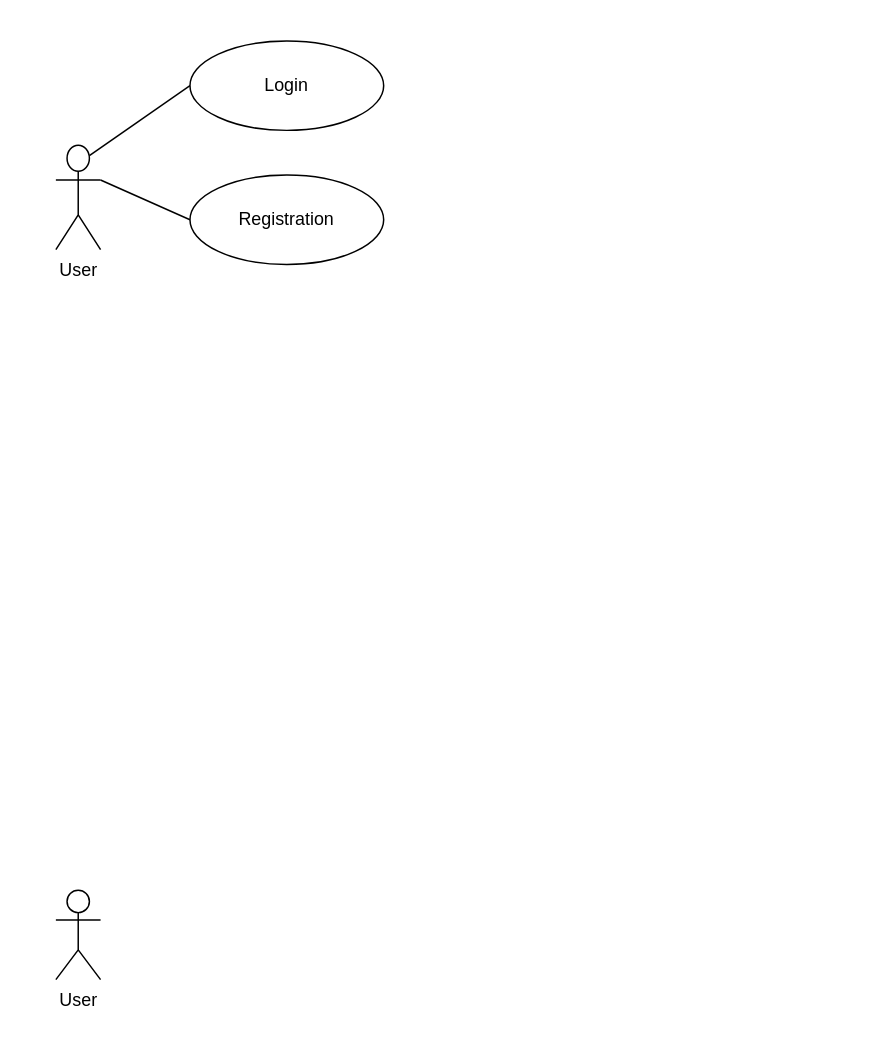
This is Development/UseCase.drawio from markovics-gergely/bang, a draw.io file, before an edit. Source tidied: cells renumbered, new cells numbered last; positions are measured from the earlier drawing's top-left corner, leaving out a move shared by most shapes. Both pictures are drawn from the tidied source at 149%, with x=0, y=0 at pixel (55, 40).
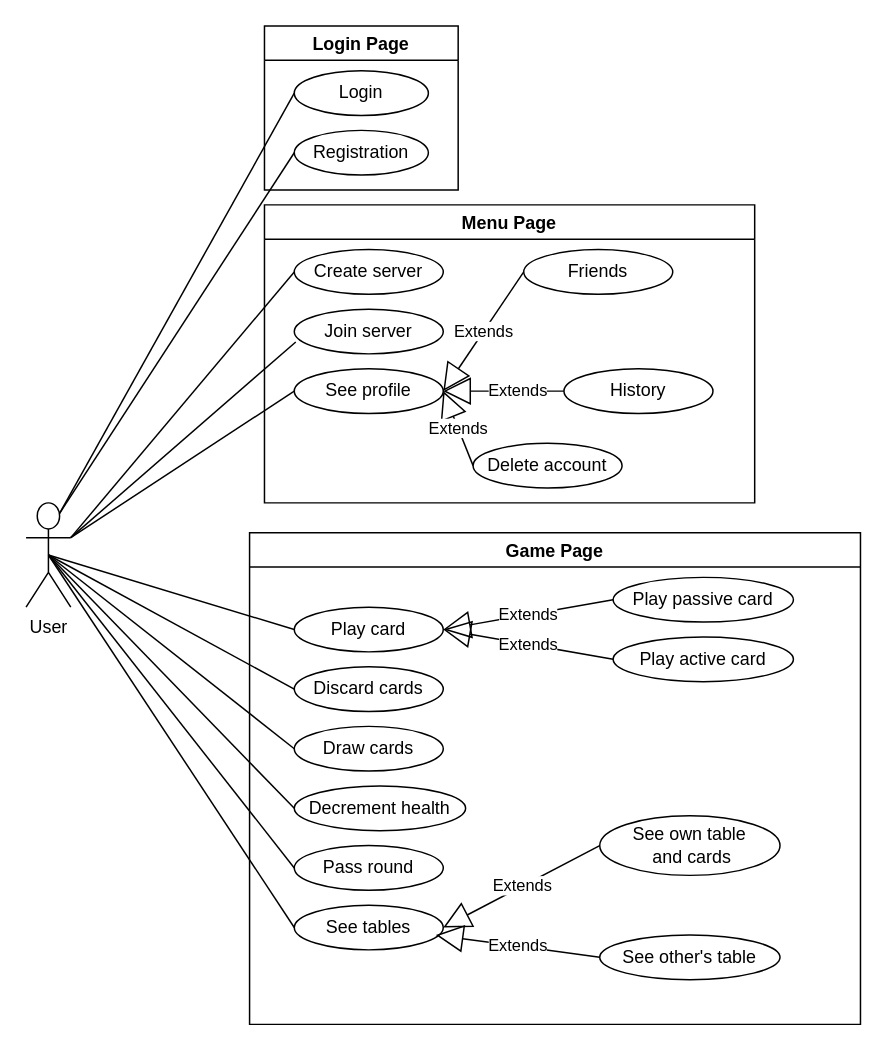
The same diagram, later.

Change to the diagram source:
```diff
@@
     <mxCell id="2" value="User" style="shape=umlActor;verticalLabelPosition=bottom;verticalAlign=top;html=1;outlineConnect=0;" parent="1" vertex="1">
-      <mxGeometry y="70" width="30" height="70" as="geometry" />
+      <mxGeometry x="-20" y="310" width="30" height="70" as="geometry" />
     </mxCell>
     <mxCell id="3" value="Login" style="ellipse;whiteSpace=wrap;html=1;" parent="1" vertex="1">
-      <mxGeometry x="90" width="130" height="60" as="geometry" />
+      <mxGeometry x="160" y="20" width="90" height="30" as="geometry" />
     </mxCell>
-    <mxCell id="4" value="User&lt;br&gt;" style="shape=umlActor;verticalLabelPosition=bottom;verticalAlign=top;html=1;" parent="1" vertex="1">
-      <mxGeometry y="570" width="30" height="60" as="geometry" />
-    </mxCell>
     <mxCell id="5" value="Registration" style="ellipse;whiteSpace=wrap;html=1;" parent="1" vertex="1">
-      <mxGeometry x="90" y="90" width="130" height="60" as="geometry" />
+      <mxGeometry x="160" y="60" width="90" height="30" as="geometry" />
     </mxCell>
@@
-    <mxCell id="7" style="endArrow=none;html=1;exitX=1;exitY=0.3333333333333333;exitDx=0;exitDy=0;exitPerimeter=0;entryX=0;entryY=0.5;entryDx=0;entryDy=0;" parent="1" edge="1" source="2" target="5">
+    <mxCell id="7" style="endArrow=none;html=1;exitX=0.75;exitY=0.1;exitDx=0;exitDy=0;exitPerimeter=0;entryX=0;entryY=0.5;entryDx=0;entryDy=0;" parent="1" edge="1" source="2" target="5">
       <mxGeometry relative="1" as="geometry" />
     </mxCell>
+    <mxCell id="8" value="Login Page" style="swimlane;" parent="1" vertex="1">
+      <mxGeometry x="140" y="-10" width="130" height="110" as="geometry" />
+    </mxCell>
+    <mxCell id="9" value="Create server" style="ellipse;whiteSpace=wrap;html=1;" parent="1" vertex="1">
+      <mxGeometry x="160" y="140" width="100" height="30" as="geometry" />
+    </mxCell>
+    <mxCell id="10" style="endArrow=none;html=1;exitX=1;exitY=0.3333333333333333;exitDx=0;exitDy=0;exitPerimeter=0;entryX=0;entryY=0.5;entryDx=0;entryDy=0;" parent="1" edge="1" source="2" target="9">
+      <mxGeometry relative="1" as="geometry" />
+    </mxCell>
+    <mxCell id="11" value="Join server" style="ellipse;whiteSpace=wrap;html=1;" parent="1" vertex="1">
+      <mxGeometry x="160" y="180" width="100" height="30" as="geometry" />
+    </mxCell>
+    <mxCell id="12" value="See profile" style="ellipse;whiteSpace=wrap;html=1;" parent="1" vertex="1">
+      <mxGeometry x="160" y="220" width="100" height="30" as="geometry" />
+    </mxCell>
+    <mxCell id="13" style="endArrow=none;html=1;entryX=0.01;entryY=0.733;entryDx=0;entryDy=0;entryPerimeter=0;exitX=1;exitY=0.3333333333333333;exitDx=0;exitDy=0;exitPerimeter=0;" parent="1" edge="1" source="2" target="11">
+      <mxGeometry relative="1" as="geometry" />
+    </mxCell>
+    <mxCell id="14" style="endArrow=none;html=1;exitX=1;exitY=0.3333333333333333;exitDx=0;exitDy=0;exitPerimeter=0;entryX=0;entryY=0.5;entryDx=0;entryDy=0;" parent="1" edge="1" source="2" target="12">
+      <mxGeometry relative="1" as="geometry" />
+    </mxCell>
+    <mxCell id="15" value="Extends" style="endArrow=block;endSize=16;endFill=0;html=1;entryX=1;entryY=0.5;entryDx=0;entryDy=0;exitX=0;exitY=0.5;exitDx=0;exitDy=0;" parent="1" edge="1" source="19" target="12">
+      <mxGeometry relative="1" as="geometry" />
+    </mxCell>
+    <mxCell id="16" value="Extends" style="endArrow=block;endSize=16;endFill=0;html=1;entryX=1;entryY=0.5;entryDx=0;entryDy=0;exitX=0;exitY=0.5;exitDx=0;exitDy=0;" parent="1" edge="1" source="22" target="12">
+      <mxGeometry x="-0.23" relative="1" as="geometry" />
+    </mxCell>
+    <mxCell id="17" value="Extends" style="endArrow=block;endSize=16;endFill=0;html=1;entryX=1;entryY=0.5;entryDx=0;entryDy=0;exitX=0;exitY=0.5;exitDx=0;exitDy=0;" parent="1" edge="1" source="21" target="12">
+      <mxGeometry relative="1" as="geometry" />
+    </mxCell>
+    <mxCell id="18" value="Menu Page" style="swimlane;" parent="1" vertex="1">
+      <mxGeometry x="140" y="110" width="329" height="200" as="geometry" />
+    </mxCell>
+    <mxCell id="19" value="Friends" style="ellipse;whiteSpace=wrap;html=1;" parent="18" vertex="1">
+      <mxGeometry x="174" y="30" width="100" height="30" as="geometry" />
+    </mxCell>
+    <mxCell id="20" style="edgeStyle=orthogonalEdgeStyle;rounded=0;orthogonalLoop=1;jettySize=auto;html=1;exitX=0.5;exitY=1;exitDx=0;exitDy=0;" parent="18" edge="1" source="19" target="19">
+      <mxGeometry relative="1" as="geometry" />
+    </mxCell>
+    <mxCell id="21" value="Delete account" style="ellipse;whiteSpace=wrap;html=1;" parent="18" vertex="1">
+      <mxGeometry x="140" y="160" width="100" height="30" as="geometry" />
+    </mxCell>
+    <mxCell id="22" value="History" style="ellipse;whiteSpace=wrap;html=1;" parent="18" vertex="1">
+      <mxGeometry x="201" y="110" width="100" height="30" as="geometry" />
+    </mxCell>
+    <mxCell id="23" value="Pass round" style="ellipse;whiteSpace=wrap;html=1;" parent="1" vertex="1">
+      <mxGeometry x="160" y="540" width="100" height="30" as="geometry" />
+    </mxCell>
+    <mxCell id="24" value="Discard cards" style="ellipse;whiteSpace=wrap;html=1;" parent="1" vertex="1">
+      <mxGeometry x="160" y="420" width="100" height="30" as="geometry" />
+    </mxCell>
+    <mxCell id="25" value="Draw cards" style="ellipse;whiteSpace=wrap;html=1;" parent="1" vertex="1">
+      <mxGeometry x="160" y="460" width="100" height="30" as="geometry" />
+    </mxCell>
+    <mxCell id="26" value="Decrement health" style="ellipse;whiteSpace=wrap;html=1;" parent="1" vertex="1">
+      <mxGeometry x="160" y="500" width="115" height="30" as="geometry" />
+    </mxCell>
+    <mxCell id="27" value="Play card" style="ellipse;whiteSpace=wrap;html=1;" parent="1" vertex="1">
+      <mxGeometry x="160" y="380" width="100" height="30" as="geometry" />
+    </mxCell>
+    <mxCell id="28" value="See tables" style="ellipse;whiteSpace=wrap;html=1;" parent="1" vertex="1">
+      <mxGeometry x="160" y="580" width="100" height="30" as="geometry" />
+    </mxCell>
+    <mxCell id="29" value="Extends" style="endArrow=block;endSize=16;endFill=0;html=1;entryX=1;entryY=0.5;entryDx=0;entryDy=0;exitX=0;exitY=0.5;exitDx=0;exitDy=0;" parent="1" edge="1" source="33" target="27">
+      <mxGeometry relative="1" as="geometry" />
+    </mxCell>
+    <mxCell id="30" value="Extends" style="endArrow=block;endSize=16;endFill=0;html=1;entryX=1;entryY=0.5;entryDx=0;entryDy=0;exitX=0;exitY=0.5;exitDx=0;exitDy=0;" parent="1" edge="1" source="34" target="27">
+      <mxGeometry relative="1" as="geometry" />
+    </mxCell>
+    <mxCell id="31" value="Extends" style="endArrow=block;endSize=16;endFill=0;html=1;entryX=1;entryY=0.5;entryDx=0;entryDy=0;exitX=0;exitY=0.5;exitDx=0;exitDy=0;" parent="1" edge="1" source="35" target="28">
+      <mxGeometry relative="1" as="geometry" />
+    </mxCell>
+    <mxCell id="32" value="Extends" style="endArrow=block;endSize=16;endFill=0;html=1;entryX=0.95;entryY=0.667;entryDx=0;entryDy=0;entryPerimeter=0;exitX=0;exitY=0.5;exitDx=0;exitDy=0;" parent="1" edge="1" source="36" target="28">
+      <mxGeometry relative="1" as="geometry" />
+    </mxCell>
+    <mxCell id="33" value="Play passive card" style="ellipse;whiteSpace=wrap;html=1;" parent="1" vertex="1">
+      <mxGeometry x="374" y="360" width="121" height="30" as="geometry" />
+    </mxCell>
+    <mxCell id="34" value="Play active card" style="ellipse;whiteSpace=wrap;html=1;" parent="1" vertex="1">
+      <mxGeometry x="374" y="400" width="121" height="30" as="geometry" />
+    </mxCell>
+    <mxCell id="35" value="See own table&lt;br&gt;&amp;nbsp;and cards" style="ellipse;whiteSpace=wrap;html=1;" parent="1" vertex="1">
+      <mxGeometry x="365" y="520" width="121" height="40" as="geometry" />
+    </mxCell>
+    <mxCell id="36" value="See other's table" style="ellipse;whiteSpace=wrap;html=1;" parent="1" vertex="1">
+      <mxGeometry x="365" y="600" width="121" height="30" as="geometry" />
+    </mxCell>
+    <mxCell id="37" value="Game Page" style="swimlane;" parent="1" vertex="1">
+      <mxGeometry x="130" y="330" width="410" height="330" as="geometry" />
+    </mxCell>
+    <mxCell id="38" style="endArrow=none;html=1;exitX=0.5;exitY=0.5;exitDx=0;exitDy=0;exitPerimeter=0;entryX=0;entryY=0.5;entryDx=0;entryDy=0;" parent="1" edge="1" source="2" target="27">
+      <mxGeometry relative="1" as="geometry" />
+    </mxCell>
+    <mxCell id="39" style="endArrow=none;html=1;exitX=0.5;exitY=0.5;exitDx=0;exitDy=0;exitPerimeter=0;entryX=0;entryY=0.5;entryDx=0;entryDy=0;" parent="1" edge="1" source="2" target="24">
+      <mxGeometry relative="1" as="geometry" />
+    </mxCell>
+    <mxCell id="40" style="endArrow=none;html=1;exitX=0.5;exitY=0.5;exitDx=0;exitDy=0;exitPerimeter=0;entryX=0;entryY=0.5;entryDx=0;entryDy=0;" parent="1" edge="1" source="2" target="25">
+      <mxGeometry relative="1" as="geometry" />
+    </mxCell>
+    <mxCell id="41" style="endArrow=none;html=1;exitX=0.5;exitY=0.5;exitDx=0;exitDy=0;exitPerimeter=0;entryX=0;entryY=0.5;entryDx=0;entryDy=0;" parent="1" edge="1" source="2" target="26">
+      <mxGeometry relative="1" as="geometry" />
+    </mxCell>
+    <mxCell id="42" style="endArrow=none;html=1;exitX=0.5;exitY=0.5;exitDx=0;exitDy=0;exitPerimeter=0;entryX=0;entryY=0.5;entryDx=0;entryDy=0;" parent="1" edge="1" source="2" target="23">
+      <mxGeometry relative="1" as="geometry" />
+    </mxCell>
+    <mxCell id="43" style="endArrow=none;html=1;exitX=0.5;exitY=0.5;exitDx=0;exitDy=0;exitPerimeter=0;entryX=0;entryY=0.5;entryDx=0;entryDy=0;" parent="1" edge="1" source="2" target="28">
+      <mxGeometry relative="1" as="geometry" />
+    </mxCell>
```
